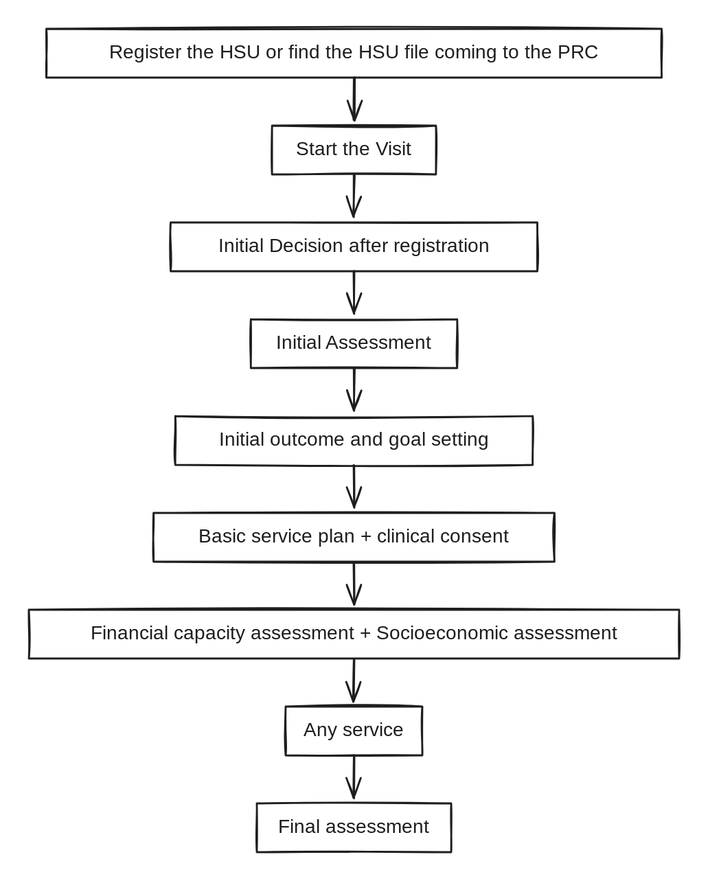
Above: digital-center-management-system-v2/.gitbook/assets/file.excalidraw.svg in jmass01/digitalhealth-docs (Excalidraw), before the change. Source tidied: one line per element, renumbered; positions are measured from the earlier drawing's top-left corner, leaving out a move shared by most shapes. Source of this version:
```json
{"id": 0, "type": "rectangle", "strokeColor": "#1e1e1e", "strokeWidth": 2, "roughness": 1, "x": 18, "y": 0, "width": 640, "height": 51}
{"id": 1, "type": "rectangle", "strokeColor": "#1e1e1e", "strokeWidth": 2, "roughness": 1, "x": 253, "y": 101, "width": 171, "height": 51}
{"id": 2, "type": "rectangle", "strokeColor": "#1e1e1e", "strokeWidth": 2, "roughness": 1, "x": 148, "y": 201, "width": 381, "height": 51}
{"id": 3, "type": "rectangle", "strokeColor": "#1e1e1e", "strokeWidth": 2, "roughness": 1, "x": 231, "y": 302, "width": 215, "height": 51}
{"id": 4, "type": "rectangle", "strokeColor": "#1e1e1e", "strokeWidth": 2, "roughness": 1, "x": 152, "y": 403, "width": 372, "height": 51}
{"id": 5, "type": "rectangle", "strokeColor": "#1e1e1e", "strokeWidth": 2, "roughness": 1, "x": 130, "y": 504, "width": 417, "height": 51}
{"id": 6, "type": "rectangle", "strokeColor": "#1e1e1e", "strokeWidth": 2, "roughness": 1, "x": 0, "y": 604, "width": 676, "height": 51}
{"id": 7, "type": "rectangle", "strokeColor": "#1e1e1e", "strokeWidth": 2, "roughness": 1, "x": 267, "y": 705, "width": 142, "height": 51}
{"id": 8, "type": "rectangle", "strokeColor": "#1e1e1e", "strokeWidth": 2, "roughness": 1, "x": 237, "y": 806, "width": 202, "height": 51}
{"id": 9, "type": "arrow", "strokeColor": "#1e1e1e", "strokeWidth": 2, "roughness": 1, "endArrowhead": "arrow", "round": true, "from": 0, "to": 1, "x": 338, "y": 51, "width": 0, "height": 45, "points": [[0, 0], [0, 44]]}
{"id": 10, "type": "arrow", "strokeColor": "#1e1e1e", "strokeWidth": 2, "roughness": 1, "endArrowhead": "arrow", "round": true, "from": 1, "to": 2, "x": 338, "y": 152, "width": 0, "height": 45, "points": [[0, 0], [0, 44]]}
{"id": 11, "type": "arrow", "strokeColor": "#1e1e1e", "strokeWidth": 2, "roughness": 1, "endArrowhead": "arrow", "round": true, "from": 2, "to": 3, "x": 338, "y": 253, "width": 0, "height": 45, "points": [[0, 0], [0, 44]]}
{"id": 12, "type": "arrow", "strokeColor": "#1e1e1e", "strokeWidth": 2, "roughness": 1, "endArrowhead": "arrow", "round": true, "from": 3, "to": 4, "x": 338, "y": 353, "width": 0, "height": 45, "points": [[0, 0], [0, 44]]}
{"id": 13, "type": "arrow", "strokeColor": "#1e1e1e", "strokeWidth": 2, "roughness": 1, "endArrowhead": "arrow", "round": true, "from": 4, "to": 5, "x": 338, "y": 454, "width": 0, "height": 45, "points": [[0, 0], [0, 44]]}
{"id": 14, "type": "arrow", "strokeColor": "#1e1e1e", "strokeWidth": 2, "roughness": 1, "endArrowhead": "arrow", "round": true, "from": 5, "to": 6, "x": 338, "y": 555, "width": 0, "height": 45, "points": [[0, 0], [0, 44]]}
{"id": 15, "type": "arrow", "strokeColor": "#1e1e1e", "strokeWidth": 2, "roughness": 1, "endArrowhead": "arrow", "round": true, "from": 6, "to": 7, "x": 338, "y": 656, "width": 0, "height": 45, "points": [[0, 0], [0, 44]]}
{"id": 16, "type": "arrow", "strokeColor": "#1e1e1e", "strokeWidth": 2, "roughness": 1, "endArrowhead": "arrow", "round": true, "from": 7, "to": 8, "x": 338, "y": 756, "width": 0, "height": 45, "points": [[0, 0], [0, 44]]}
{"id": 17, "type": "text", "text": "Register the HSU or find the HSU file coming to the PRC", "strokeColor": "#1e1e1e", "strokeWidth": 2, "roughness": 1, "fontSize": 20, "fontFamily": 1, "textAlign": "center", "verticalAlign": "middle", "inside": 0, "x": 54, "y": 13, "width": 568, "height": 25}
{"id": 18, "type": "text", "text": "Start the Visit", "strokeColor": "#1e1e1e", "strokeWidth": 2, "roughness": 1, "fontSize": 20, "fontFamily": 1, "textAlign": "center", "verticalAlign": "middle", "inside": 1, "x": 263, "y": 114, "width": 151, "height": 25}
{"id": 19, "type": "text", "text": "Initial Decision after registration", "strokeColor": "#1e1e1e", "strokeWidth": 2, "roughness": 1, "fontSize": 20, "fontFamily": 1, "textAlign": "center", "verticalAlign": "middle", "inside": 2, "x": 171, "y": 214, "width": 335, "height": 25}
{"id": 20, "type": "text", "text": "Initial Assessment", "strokeColor": "#1e1e1e", "strokeWidth": 2, "roughness": 1, "fontSize": 20, "fontFamily": 1, "textAlign": "center", "verticalAlign": "middle", "inside": 3, "x": 248, "y": 315, "width": 181, "height": 25}
{"id": 21, "type": "text", "text": "Initial outcome and goal setting", "strokeColor": "#1e1e1e", "strokeWidth": 2, "roughness": 1, "fontSize": 20, "fontFamily": 1, "textAlign": "center", "verticalAlign": "middle", "inside": 4, "x": 178, "y": 416, "width": 320, "height": 25}
{"id": 22, "type": "text", "text": "Basic service plan + clinical consent", "strokeColor": "#1e1e1e", "strokeWidth": 2, "roughness": 1, "fontSize": 20, "fontFamily": 1, "textAlign": "center", "verticalAlign": "middle", "inside": 5, "x": 160, "y": 516, "width": 356, "height": 25}
{"id": 23, "type": "text", "text": "Financial capacity assessment + Socioeconomic assessment", "strokeColor": "#1e1e1e", "strokeWidth": 2, "roughness": 1, "fontSize": 20, "fontFamily": 1, "textAlign": "center", "verticalAlign": "middle", "inside": 6, "x": 49, "y": 617, "width": 579, "height": 25}
{"id": 24, "type": "text", "text": "Any service", "strokeColor": "#1e1e1e", "strokeWidth": 2, "roughness": 1, "fontSize": 20, "fontFamily": 1, "textAlign": "center", "verticalAlign": "middle", "inside": 7, "x": 284, "y": 718, "width": 108, "height": 25}
{"id": 25, "type": "text", "text": "Final assessment", "strokeColor": "#1e1e1e", "strokeWidth": 2, "roughness": 1, "fontSize": 20, "fontFamily": 1, "textAlign": "center", "verticalAlign": "middle", "inside": 8, "x": 255, "y": 819, "width": 166, "height": 25}
```
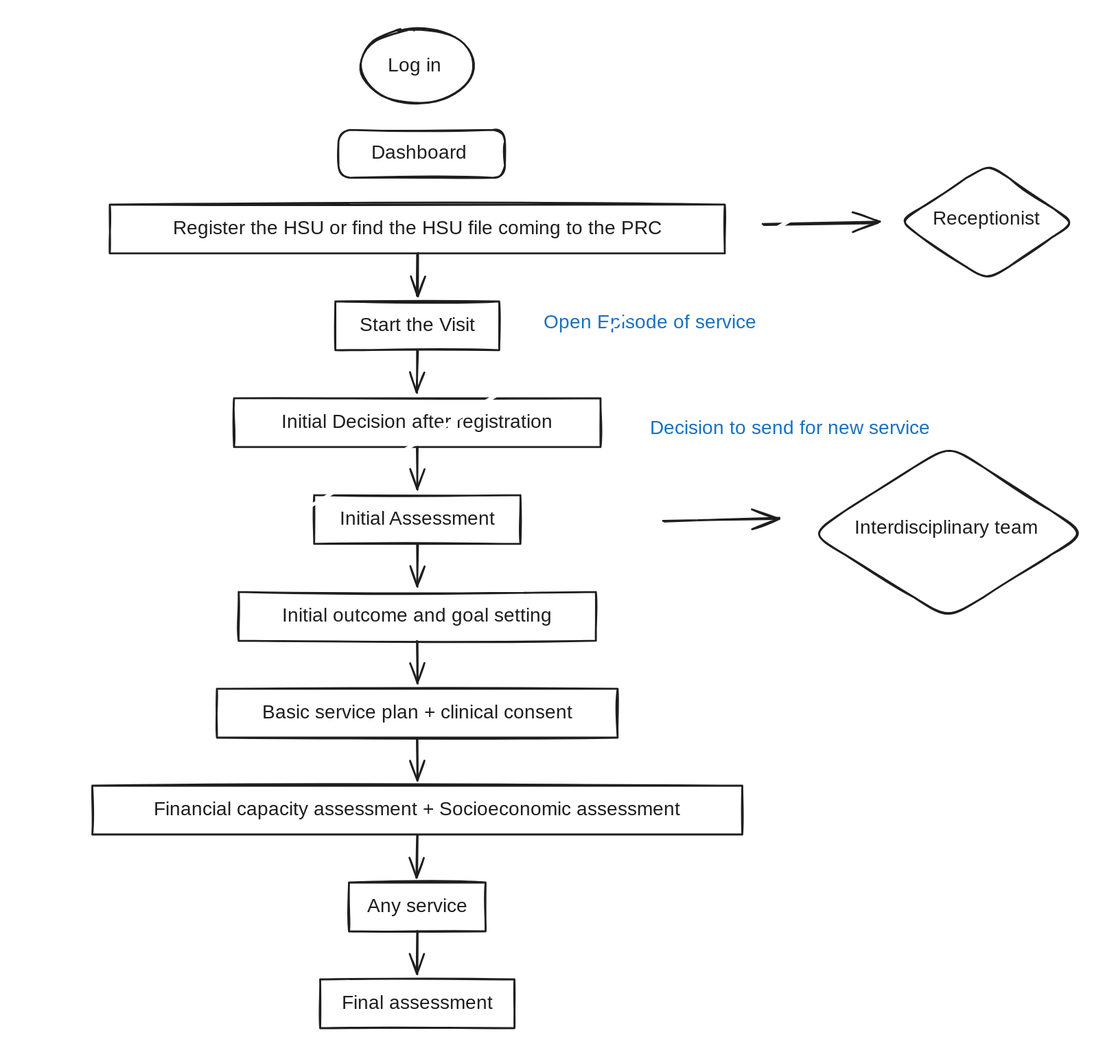
After the change.

Commit message:
GITBOOK-30: No subject

Diff of the diagram source:
```diff
@@ -24,3 +24,16 @@
 {"id": 23, "type": "text", "text": "Financial capacity assessment + Socioeconomic assessment", "strokeColor": "#1e1e1e", "strokeWidth": 2, "roughness": 1, "fontSize": 20, "fontFamily": 1, "textAlign": "center", "verticalAlign": "middle", "inside": 6, "x": 49, "y": 617, "width": 579, "height": 25}
 {"id": 24, "type": "text", "text": "Any service", "strokeColor": "#1e1e1e", "strokeWidth": 2, "roughness": 1, "fontSize": 20, "fontFamily": 1, "textAlign": "center", "verticalAlign": "middle", "inside": 7, "x": 284, "y": 718, "width": 108, "height": 25}
 {"id": 25, "type": "text", "text": "Final assessment", "strokeColor": "#1e1e1e", "strokeWidth": 2, "roughness": 1, "fontSize": 20, "fontFamily": 1, "textAlign": "center", "verticalAlign": "middle", "inside": 8, "x": 255, "y": 819, "width": 166, "height": 25}
+{"id": 26, "type": "ellipse", "strokeColor": "#1e1e1e", "strokeWidth": 2, "roughness": 1, "round": true, "x": 279, "y": -183, "width": 119, "height": 77}
+{"id": 27, "type": "text", "text": "Log in ", "strokeColor": "#1e1e1e", "strokeWidth": 2, "roughness": 1, "fontSize": 20, "fontFamily": 1, "textAlign": "center", "verticalAlign": "middle", "inside": 26, "x": 305, "y": -156, "width": 67, "height": 25}
+{"id": 28, "type": "rectangle", "strokeColor": "#1e1e1e", "strokeWidth": 2, "roughness": 1, "round": true, "x": 256, "y": -78, "width": 173, "height": 50}
+{"id": 29, "type": "text", "text": "Dashboard ", "strokeColor": "#1e1e1e", "strokeWidth": 2, "roughness": 1, "fontSize": 20, "fontFamily": 1, "textAlign": "center", "verticalAlign": "middle", "inside": 28, "x": 285, "y": -65, "width": 115, "height": 25}
+{"id": 30, "type": "arrow", "strokeColor": "#1e1e1e", "strokeWidth": 2, "roughness": 1, "endArrowhead": "arrow", "round": true, "to": 31, "x": 699, "y": 21, "width": 119, "height": 3, "points": [[0, 0], [119, -3]]}
+{"id": 31, "type": "diamond", "strokeColor": "#1e1e1e", "strokeWidth": 2, "roughness": 1, "round": true, "x": 840, "y": -42, "width": 182, "height": 122}
+{"id": 32, "type": "text", "text": "Receptionist", "strokeColor": "#1e1e1e", "backgroundColor": "#ffffff", "fillStyle": "solid", "strokeWidth": 2, "roughness": 1, "fontSize": 20, "fontFamily": 1, "x": 875, "y": 3, "width": 118, "height": 25}
+{"id": 33, "type": "text", "text": "Open Episode of service ", "strokeColor": "#1971c2", "backgroundColor": "#ffffff", "fillStyle": "solid", "strokeWidth": 2, "roughness": 1, "fontSize": 20, "fontFamily": 1, "x": 469, "y": 111, "width": 244, "height": 25}
+{"id": 34, "type": "text", "text": "Decision to send for new service ", "strokeColor": "#1971c2", "backgroundColor": "#ffffff", "fillStyle": "solid", "strokeWidth": 2, "roughness": 1, "fontSize": 20, "fontFamily": 1, "x": 580, "y": 221, "width": 331, "height": 25}
+{"id": 35, "type": "diamond", "strokeColor": "#1e1e1e", "strokeWidth": 2, "roughness": 1, "round": true, "x": 747, "y": 250, "width": 287, "height": 181}
+{"id": 36, "type": "arrow", "strokeColor": "#1e1e1e", "strokeWidth": 2, "roughness": 1, "endArrowhead": "arrow", "round": true, "to": 35, "x": 595, "y": 329, "width": 119, "height": 3, "points": [[0, 0], [119, -3]]}
+{"id": 37, "type": "line", "strokeColor": "#ffffff", "backgroundColor": "#ffffff", "fillStyle": "solid", "strokeWidth": 2, "roughness": 1, "round": true, "x": -65, "y": 487, "width": 1099, "height": 655, "points": [[0, 0], [1099, -655]]}
+{"id": 38, "type": "text", "text": "Interdisciplinary team", "strokeColor": "#1e1e1e", "strokeWidth": 2, "roughness": 1, "fontSize": 20, "fontFamily": 1, "x": 794, "y": 324, "width": 211, "height": 25}
```
